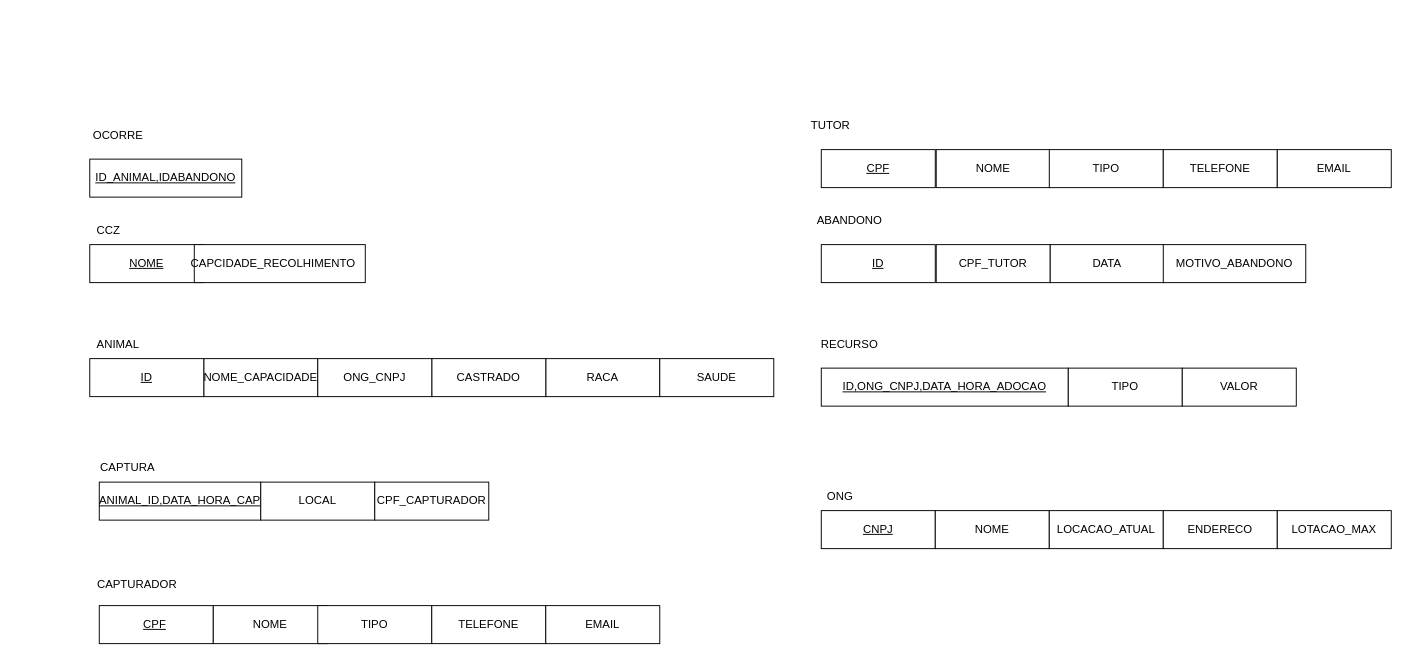
BrunoMaximo03/API-BANCODEDADOS keeps this draw.io diagram as Diagrama sem nome.drawio. Above is the earlier version. Source tidied: cells renumbered, new cells numbered last; positions are measured from the earlier drawing's top-left corner, leaving out a move shared by most shapes. Both pictures are drawn from the tidied source at 95%, with x=0, y=0 at pixel (80, 111).
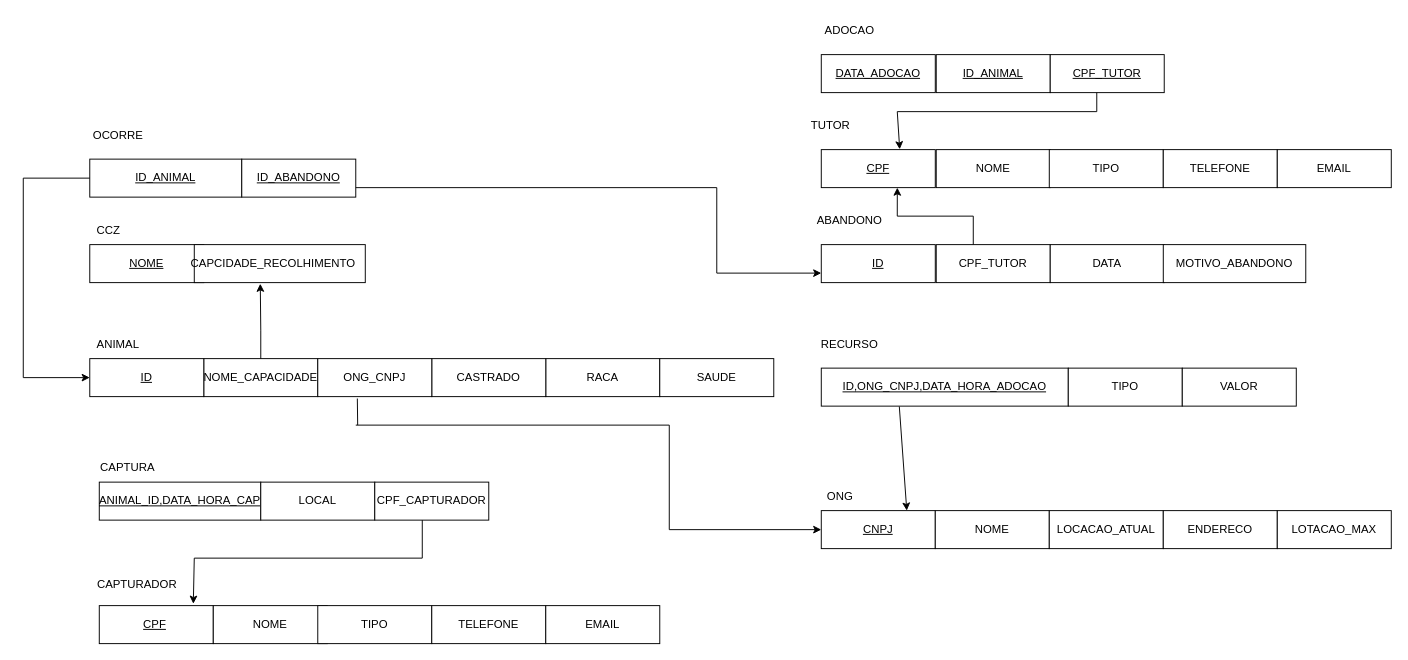
The same diagram, later.

Commit message:
DIAGRAMA_ESQUEMA

Unchanged cells that the change refers to:
```xml
<mxCell id="5" value="ONG_CNPJ" style="rounded=0;whiteSpace=wrap;html=1;" parent="1" vertex="1">
  <mxGeometry x="250" y="260" width="120" height="40" as="geometry" />
</mxCell>
<mxCell id="7" value="&lt;u&gt;ID&lt;/u&gt;" style="rounded=0;whiteSpace=wrap;html=1;" parent="1" vertex="1">
  <mxGeometry x="10" y="260" width="120" height="40" as="geometry" />
</mxCell>
<mxCell id="12" value="&lt;u&gt;ID,ONG_CNPJ,DATA_HORA_ADOCAO&lt;/u&gt;" style="rounded=0;whiteSpace=wrap;html=1;" parent="1" vertex="1">
  <mxGeometry x="780" y="270" width="260" height="40" as="geometry" />
</mxCell>
<mxCell id="16" value="&lt;u&gt;CNPJ&lt;/u&gt;" style="rounded=0;whiteSpace=wrap;html=1;" parent="1" vertex="1">
  <mxGeometry x="780" y="420" width="120" height="40" as="geometry" />
</mxCell>
<mxCell id="23" value="&lt;u&gt;CPF&lt;span style=&quot;white-space: pre;&quot;&gt;&#9;&lt;/span&gt;&lt;/u&gt;" style="rounded=0;whiteSpace=wrap;html=1;" parent="1" vertex="1">
  <mxGeometry x="20" y="520" width="120" height="40" as="geometry" />
</mxCell>
<mxCell id="29" value="CAPCIDADE_RECOLHIMENTO&lt;span style=&quot;white-space: pre;&quot;&gt;&#9;&lt;/span&gt;" style="rounded=0;whiteSpace=wrap;html=1;" parent="1" vertex="1">
  <mxGeometry x="120" y="140" width="180" height="40" as="geometry" />
</mxCell>
<mxCell id="31" value="ID" style="rounded=0;whiteSpace=wrap;html=1;fontStyle=4;" parent="1" vertex="1">
  <mxGeometry x="780" y="140" width="120" height="40" as="geometry" />
</mxCell>
<mxCell id="38" value="&lt;u&gt;CPF&lt;/u&gt;" style="rounded=0;whiteSpace=wrap;html=1;" parent="1" vertex="1">
  <mxGeometry x="780" y="40" width="120" height="40" as="geometry" />
</mxCell>
```

Change to the diagram source:
```diff
@@
-    <mxCell id="36" value="&lt;u&gt;ID_ANIMAL,IDABANDONO&lt;/u&gt;" style="rounded=0;whiteSpace=wrap;html=1;" parent="1" vertex="1">
+    <mxCell id="36" value="&lt;u&gt;ID_ANIMAL&lt;/u&gt;" style="rounded=0;whiteSpace=wrap;html=1;" parent="1" vertex="1">
       <mxGeometry x="10" y="50" width="160" height="40" as="geometry" />
     </mxCell>
@@
+    <mxCell id="45" style="endArrow=classic;html=1;rounded=0;exitX=0.316;exitY=1.011;exitDx=0;exitDy=0;exitPerimeter=0;entryX=0.75;entryY=0;entryDx=0;entryDy=0;" parent="1" edge="1" source="12" target="16">
+      <mxGeometry relative="1" as="geometry" />
+    </mxCell>
+    <mxCell id="46" style="endArrow=none;html=1;rounded=0;entryX=0.347;entryY=1.05;entryDx=0;entryDy=0;entryPerimeter=0;" parent="1" edge="1" target="5">
+      <mxGeometry relative="1" as="geometry">
+        <mxPoint x="292" y="330" as="sourcePoint" />
+      </mxGeometry>
+    </mxCell>
+    <mxCell id="47" style="edgeStyle=orthogonalEdgeStyle;rounded=0;orthogonalLoop=1;jettySize=auto;html=1;exitX=0.5;exitY=1;exitDx=0;exitDy=0;" parent="1" edge="1">
+      <mxGeometry relative="1" as="geometry">
+        <mxPoint x="30" y="-30" as="sourcePoint" />
+        <mxPoint x="30" y="-30" as="targetPoint" />
+      </mxGeometry>
+    </mxCell>
+    <mxCell id="48" value="&lt;u&gt;DATA_ADOCAO&lt;/u&gt;" style="rounded=0;whiteSpace=wrap;html=1;" parent="1" vertex="1">
+      <mxGeometry x="780" y="-60" width="120" height="40" as="geometry" />
+    </mxCell>
+    <mxCell id="49" value="ADOCAO" style="text;html=1;whiteSpace=wrap;strokeColor=none;fillColor=none;align=center;verticalAlign=middle;rounded=0;" parent="1" vertex="1">
+      <mxGeometry x="780" y="-100" width="60" height="30" as="geometry" />
+    </mxCell>
+    <mxCell id="50" value="&lt;u&gt;ID_ANIMAL&lt;/u&gt;" style="rounded=0;whiteSpace=wrap;html=1;" parent="1" vertex="1">
+      <mxGeometry x="901" y="-60" width="120" height="40" as="geometry" />
+    </mxCell>
+    <mxCell id="51" value="&lt;u&gt;CPF_TUTOR&lt;/u&gt;" style="rounded=0;whiteSpace=wrap;html=1;" parent="1" vertex="1">
+      <mxGeometry x="1021" y="-60" width="120" height="40" as="geometry" />
+    </mxCell>
+    <mxCell id="52" style="endArrow=none;html=1;rounded=0;" parent="1" edge="1">
+      <mxGeometry relative="1" as="geometry">
+        <mxPoint x="1070" as="sourcePoint" />
+        <mxPoint x="1070" y="-20" as="targetPoint" />
+      </mxGeometry>
+    </mxCell>
+    <mxCell id="53" style="endArrow=none;html=1;rounded=0;" parent="1" edge="1">
+      <mxGeometry relative="1" as="geometry">
+        <mxPoint x="860" as="sourcePoint" />
+        <mxPoint x="1070" as="targetPoint" />
+      </mxGeometry>
+    </mxCell>
+    <mxCell id="54" style="endArrow=classic;html=1;rounded=0;entryX=0.688;entryY=-0.009;entryDx=0;entryDy=0;entryPerimeter=0;" parent="1" edge="1" target="38">
+      <mxGeometry relative="1" as="geometry">
+        <mxPoint x="860" as="sourcePoint" />
+      </mxGeometry>
+    </mxCell>
+    <mxCell id="55" value="&lt;u&gt;ID_ABANDONO&lt;/u&gt;" style="rounded=0;whiteSpace=wrap;html=1;" parent="1" vertex="1">
+      <mxGeometry x="170" y="50" width="120" height="40" as="geometry" />
+    </mxCell>
+    <mxCell id="56" style="endArrow=none;html=1;rounded=0;" parent="1" edge="1">
+      <mxGeometry relative="1" as="geometry">
+        <mxPoint x="190" y="260" as="sourcePoint" />
+        <mxPoint x="190" y="230" as="targetPoint" />
+      </mxGeometry>
+    </mxCell>
+    <mxCell id="57" style="endArrow=classic;html=1;rounded=0;entryX=0.386;entryY=1.029;entryDx=0;entryDy=0;entryPerimeter=0;" parent="1" edge="1" target="29">
+      <mxGeometry relative="1" as="geometry">
+        <mxPoint x="190" y="230" as="sourcePoint" />
+      </mxGeometry>
+    </mxCell>
+    <mxCell id="58" style="endArrow=none;html=1;rounded=0;" parent="1" edge="1">
+      <mxGeometry relative="1" as="geometry">
+        <mxPoint x="940" y="140" as="sourcePoint" />
+        <mxPoint x="940" y="110" as="targetPoint" />
+      </mxGeometry>
+    </mxCell>
+    <mxCell id="59" style="endArrow=none;html=1;rounded=0;" parent="1" edge="1">
+      <mxGeometry relative="1" as="geometry">
+        <mxPoint x="860" y="110" as="sourcePoint" />
+        <mxPoint x="940" y="110" as="targetPoint" />
+      </mxGeometry>
+    </mxCell>
+    <mxCell id="60" style="endArrow=classic;html=1;rounded=0;entryX=0.667;entryY=1;entryDx=0;entryDy=0;entryPerimeter=0;" parent="1" edge="1" target="38">
+      <mxGeometry relative="1" as="geometry">
+        <mxPoint x="860" y="110" as="sourcePoint" />
+      </mxGeometry>
+    </mxCell>
+    <mxCell id="61" style="endArrow=none;html=1;rounded=0;exitX=1;exitY=0.75;exitDx=0;exitDy=0;" parent="1" edge="1" source="55">
+      <mxGeometry relative="1" as="geometry">
+        <mxPoint x="670" y="80" as="targetPoint" />
+      </mxGeometry>
+    </mxCell>
+    <mxCell id="62" style="endArrow=none;html=1;rounded=0;" parent="1" edge="1">
+      <mxGeometry relative="1" as="geometry">
+        <mxPoint x="670" y="170" as="sourcePoint" />
+        <mxPoint x="670" y="80" as="targetPoint" />
+      </mxGeometry>
+    </mxCell>
+    <mxCell id="63" style="endArrow=classic;html=1;rounded=0;entryX=0;entryY=0.75;entryDx=0;entryDy=0;" parent="1" edge="1" target="31">
+      <mxGeometry relative="1" as="geometry">
+        <mxPoint x="670" y="170" as="sourcePoint" />
+      </mxGeometry>
+    </mxCell>
+    <mxCell id="64" style="endArrow=none;html=1;rounded=0;" parent="1" edge="1">
+      <mxGeometry relative="1" as="geometry">
+        <mxPoint x="-60" y="70" as="sourcePoint" />
+        <mxPoint x="10" y="70" as="targetPoint" />
+      </mxGeometry>
+    </mxCell>
+    <mxCell id="65" style="endArrow=none;html=1;rounded=0;" parent="1" edge="1">
+      <mxGeometry relative="1" as="geometry">
+        <mxPoint x="-60" y="280" as="sourcePoint" />
+        <mxPoint x="-60" y="70" as="targetPoint" />
+      </mxGeometry>
+    </mxCell>
+    <mxCell id="66" style="endArrow=classic;html=1;rounded=0;entryX=0;entryY=0.5;entryDx=0;entryDy=0;" parent="1" edge="1" target="7">
+      <mxGeometry relative="1" as="geometry">
+        <mxPoint x="-60" y="280" as="sourcePoint" />
+      </mxGeometry>
+    </mxCell>
+    <mxCell id="67" style="endArrow=none;html=1;rounded=0;" parent="1" edge="1">
+      <mxGeometry relative="1" as="geometry">
+        <mxPoint x="360" y="470" as="sourcePoint" />
+        <mxPoint x="360" y="430" as="targetPoint" />
+      </mxGeometry>
+    </mxCell>
+    <mxCell id="68" style="endArrow=none;html=1;rounded=0;" parent="1" edge="1">
+      <mxGeometry relative="1" as="geometry">
+        <mxPoint x="120" y="470" as="sourcePoint" />
+        <mxPoint x="360" y="470" as="targetPoint" />
+      </mxGeometry>
+    </mxCell>
+    <mxCell id="69" style="endArrow=classic;html=1;rounded=0;entryX=0.825;entryY=-0.05;entryDx=0;entryDy=0;entryPerimeter=0;" parent="1" edge="1" target="23">
+      <mxGeometry relative="1" as="geometry">
+        <mxPoint x="120" y="470" as="sourcePoint" />
+      </mxGeometry>
+    </mxCell>
+    <mxCell id="70" style="endArrow=none;html=1;rounded=0;" parent="1" edge="1">
+      <mxGeometry relative="1" as="geometry">
+        <mxPoint x="290" y="330" as="sourcePoint" />
+        <mxPoint x="620" y="330" as="targetPoint" />
+      </mxGeometry>
+    </mxCell>
+    <mxCell id="71" style="endArrow=none;html=1;rounded=0;" parent="1" edge="1">
+      <mxGeometry relative="1" as="geometry">
+        <mxPoint x="620" y="440" as="sourcePoint" />
+        <mxPoint x="620" y="330" as="targetPoint" />
+      </mxGeometry>
+    </mxCell>
+    <mxCell id="72" style="endArrow=classic;html=1;rounded=0;entryX=0;entryY=0.5;entryDx=0;entryDy=0;" parent="1" edge="1" target="16">
+      <mxGeometry relative="1" as="geometry">
+        <mxPoint x="620" y="440" as="sourcePoint" />
+      </mxGeometry>
+    </mxCell>
```
